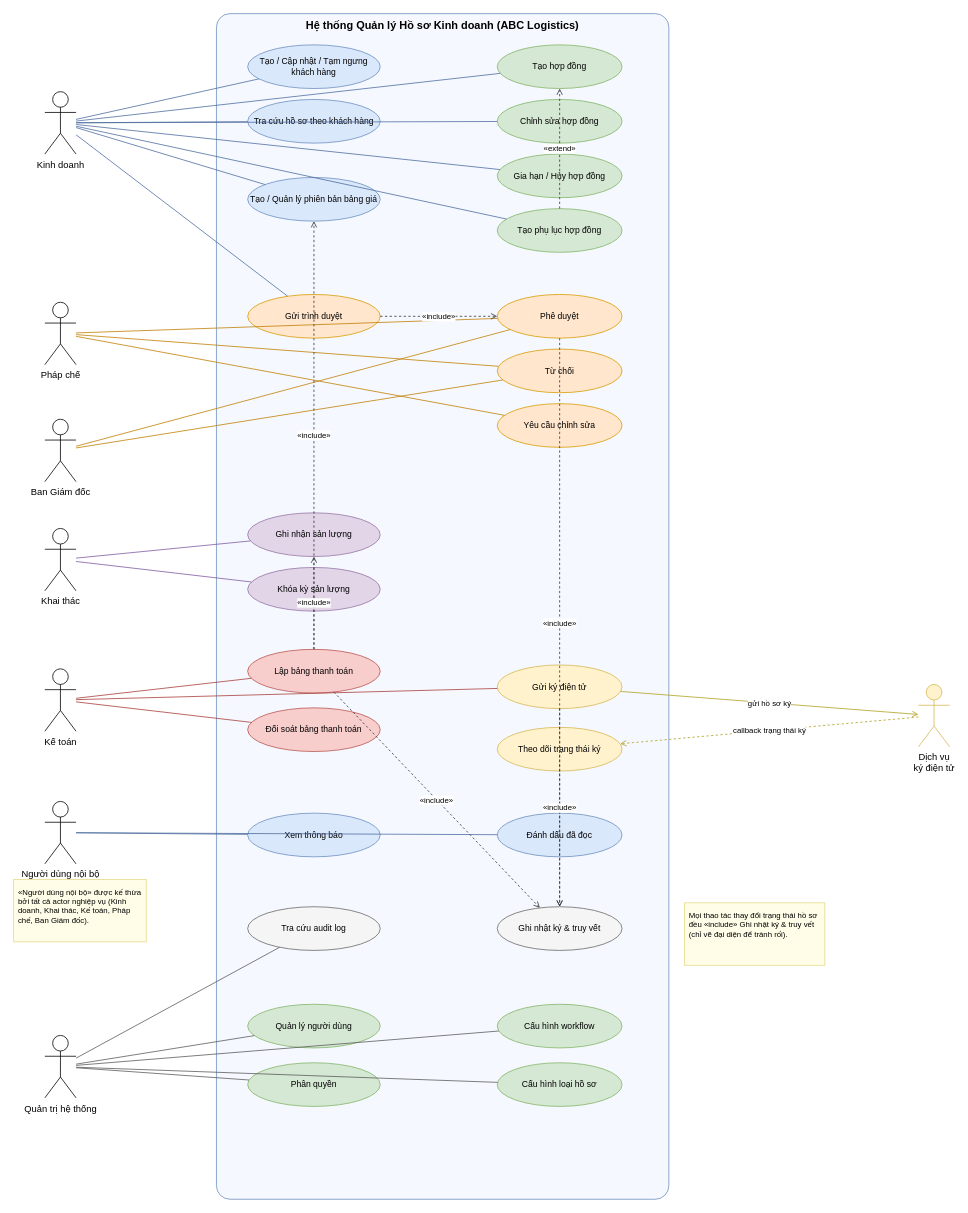
This is docs/diagrams/usecase.drawio from luinor223/pas, a draw.io file, before an edit. Source tidied: cells renumbered, new cells numbered last; positions are measured from the earlier drawing's top-left corner, leaving out a move shared by most shapes. Both pictures are drawn from the tidied source at 78%, with x=0, y=0 at pixel (13, 13).
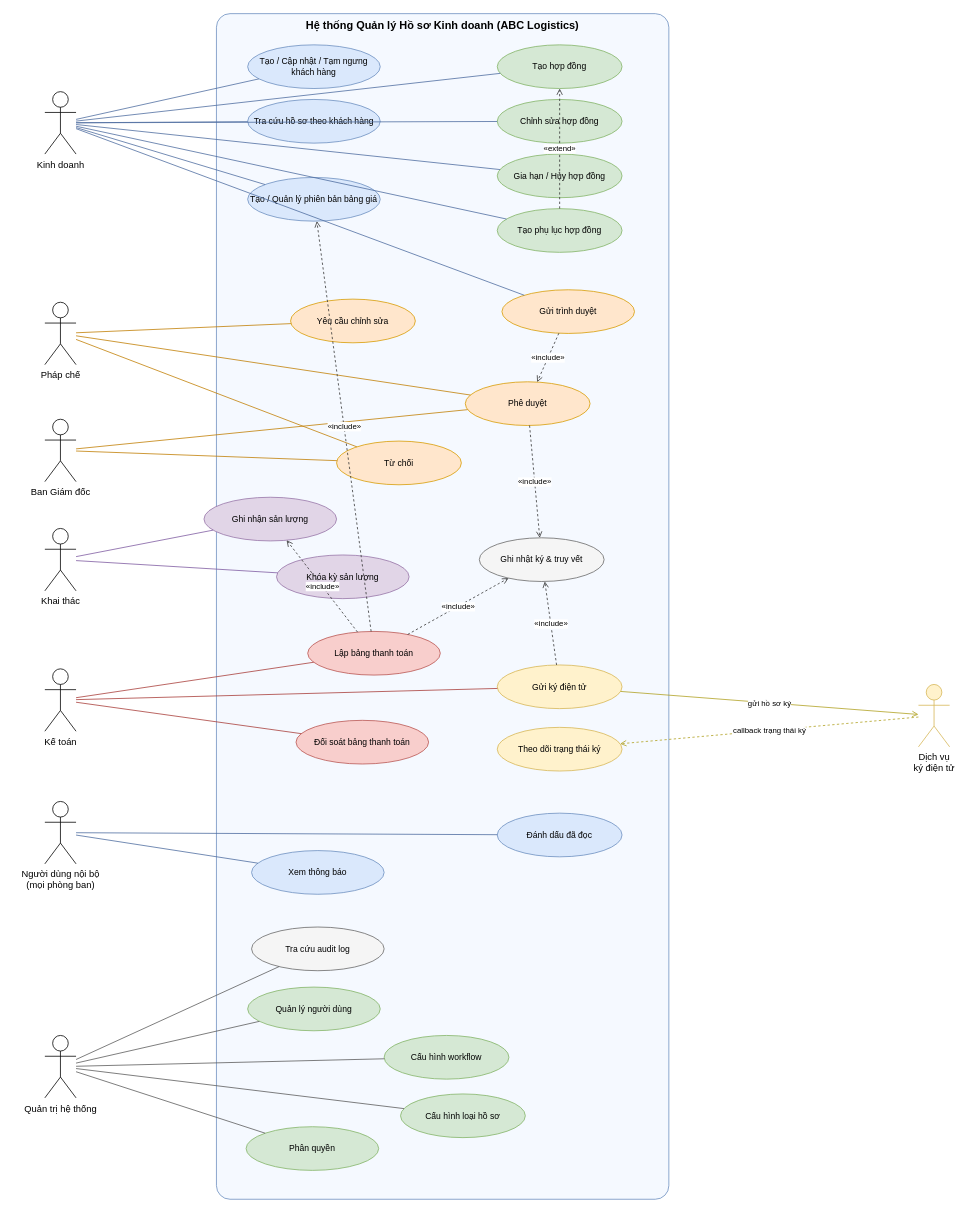
The same diagram, later.

Commit message:
docs: update usecase diagram

Diff of the diagram source:
```diff
@@
     <mxCell id="18" value="Gửi trình duyệt" style="ellipse;whiteSpace=wrap;html=1;fillColor=#ffe6cc;strokeColor=#d79b00;fontSize=11;" parent="1" vertex="1">
-      <mxGeometry x="300" y="360" width="170" height="56" as="geometry" />
+      <mxGeometry x="626" y="354" width="170" height="56" as="geometry" />
     </mxCell>
     <mxCell id="19" value="Phê duyệt" style="ellipse;whiteSpace=wrap;html=1;fillColor=#ffe6cc;strokeColor=#d79b00;fontSize=11;" parent="1" vertex="1">
-      <mxGeometry x="620" y="360" width="160" height="56" as="geometry" />
+      <mxGeometry x="579" y="472" width="160" height="56" as="geometry" />
     </mxCell>
     <mxCell id="20" value="Từ chối" style="ellipse;whiteSpace=wrap;html=1;fillColor=#ffe6cc;strokeColor=#d79b00;fontSize=11;" parent="1" vertex="1">
-      <mxGeometry x="620" y="430" width="160" height="56" as="geometry" />
+      <mxGeometry x="414" y="548" width="160" height="56" as="geometry" />
     </mxCell>
     <mxCell id="21" value="Yêu cầu chỉnh sửa" style="ellipse;whiteSpace=wrap;html=1;fillColor=#ffe6cc;strokeColor=#d79b00;fontSize=11;" parent="1" vertex="1">
-      <mxGeometry x="620" y="500" width="160" height="56" as="geometry" />
+      <mxGeometry x="355" y="366" width="160" height="56" as="geometry" />
     </mxCell>
     <mxCell id="22" value="Ghi nhận sản lượng" style="ellipse;whiteSpace=wrap;html=1;fillColor=#e1d5e7;strokeColor=#9673a6;fontSize=11;" parent="1" vertex="1">
-      <mxGeometry x="300" y="640" width="170" height="56" as="geometry" />
+      <mxGeometry x="244" y="620" width="170" height="56" as="geometry" />
     </mxCell>
     <mxCell id="23" value="Khóa kỳ sản lượng" style="ellipse;whiteSpace=wrap;html=1;fillColor=#e1d5e7;strokeColor=#9673a6;fontSize=11;" parent="1" vertex="1">
-      <mxGeometry x="300" y="710" width="170" height="56" as="geometry" />
+      <mxGeometry x="337" y="694" width="170" height="56" as="geometry" />
     </mxCell>
     <mxCell id="24" value="Lập bảng thanh toán" style="ellipse;whiteSpace=wrap;html=1;fillColor=#f8cecc;strokeColor=#b85450;fontSize=11;" parent="1" vertex="1">
-      <mxGeometry x="300" y="815" width="170" height="56" as="geometry" />
+      <mxGeometry x="377" y="792" width="170" height="56" as="geometry" />
     </mxCell>
     <mxCell id="25" value="Đối soát bảng thanh toán" style="ellipse;whiteSpace=wrap;html=1;fillColor=#f8cecc;strokeColor=#b85450;fontSize=11;" parent="1" vertex="1">
-      <mxGeometry x="300" y="890" width="170" height="56" as="geometry" />
+      <mxGeometry x="362" y="906" width="170" height="56" as="geometry" />
     </mxCell>
@@
     <mxCell id="28" value="Xem thông báo" style="ellipse;whiteSpace=wrap;html=1;fillColor=#dae8fc;strokeColor=#6c8ebf;fontSize=11;" parent="1" vertex="1">
-      <mxGeometry x="300" y="1025" width="170" height="56" as="geometry" />
+      <mxGeometry x="305" y="1073" width="170" height="56" as="geometry" />
     </mxCell>
@@
     <mxCell id="30" value="Tra cứu audit log" style="ellipse;whiteSpace=wrap;html=1;fillColor=#f5f5f5;strokeColor=#666666;fontSize=11;" parent="1" vertex="1">
-      <mxGeometry x="300" y="1145" width="170" height="56" as="geometry" />
+      <mxGeometry x="305" y="1171" width="170" height="56" as="geometry" />
     </mxCell>
     <mxCell id="31" value="Ghi nhật ký &amp; truy vết" style="ellipse;whiteSpace=wrap;html=1;fillColor=#f5f5f5;strokeColor=#666666;fontSize=11;" parent="1" vertex="1">
-      <mxGeometry x="620" y="1145" width="160" height="56" as="geometry" />
+      <mxGeometry x="597" y="672" width="160" height="56" as="geometry" />
     </mxCell>
     <mxCell id="32" value="Quản lý người dùng" style="ellipse;whiteSpace=wrap;html=1;fillColor=#d5e8d4;strokeColor=#82b366;fontSize=11;" parent="1" vertex="1">
-      <mxGeometry x="300" y="1270" width="170" height="56" as="geometry" />
+      <mxGeometry x="300" y="1248" width="170" height="56" as="geometry" />
     </mxCell>
     <mxCell id="33" value="Phân quyền" style="ellipse;whiteSpace=wrap;html=1;fillColor=#d5e8d4;strokeColor=#82b366;fontSize=11;" parent="1" vertex="1">
-      <mxGeometry x="300" y="1345" width="170" height="56" as="geometry" />
+      <mxGeometry x="298" y="1427" width="170" height="56" as="geometry" />
     </mxCell>
     <mxCell id="34" value="Cấu hình workflow" style="ellipse;whiteSpace=wrap;html=1;fillColor=#d5e8d4;strokeColor=#82b366;fontSize=11;" parent="1" vertex="1">
-      <mxGeometry x="620" y="1270" width="160" height="56" as="geometry" />
+      <mxGeometry x="475" y="1310" width="160" height="56" as="geometry" />
     </mxCell>
     <mxCell id="35" value="Cấu hình loại hồ sơ" style="ellipse;whiteSpace=wrap;html=1;fillColor=#d5e8d4;strokeColor=#82b366;fontSize=11;" parent="1" vertex="1">
-      <mxGeometry x="620" y="1345" width="160" height="56" as="geometry" />
+      <mxGeometry x="496" y="1385" width="160" height="56" as="geometry" />
     </mxCell>
-    <mxCell id="36" value="«Người dùng nội bộ» được kế thừa bởi tất cả actor nghiệp vụ (Kinh doanh, Khai thác, Kế toán, Pháp chế, Ban Giám đốc)." style="text;html=1;align=left;verticalAlign=top;whiteSpace=wrap;fillColor=#fffde7;strokeColor=#e6d98a;spacing=6;fontSize=10;" parent="1" vertex="1">
-      <mxGeometry y="1110" width="170" height="80" as="geometry" />
-    </mxCell>
-    <mxCell id="37" value="Mọi thao tác thay đổi trạng thái hồ sơ đều «include» Ghi nhật ký &amp; truy vết (chỉ vẽ đại diện để tránh rối)." style="text;html=1;align=left;verticalAlign=top;whiteSpace=wrap;fillColor=#fffde7;strokeColor=#e6d98a;spacing=6;fontSize=10;" parent="1" vertex="1">
-      <mxGeometry x="860" y="1140" width="180" height="80" as="geometry" />
-    </mxCell>
```
